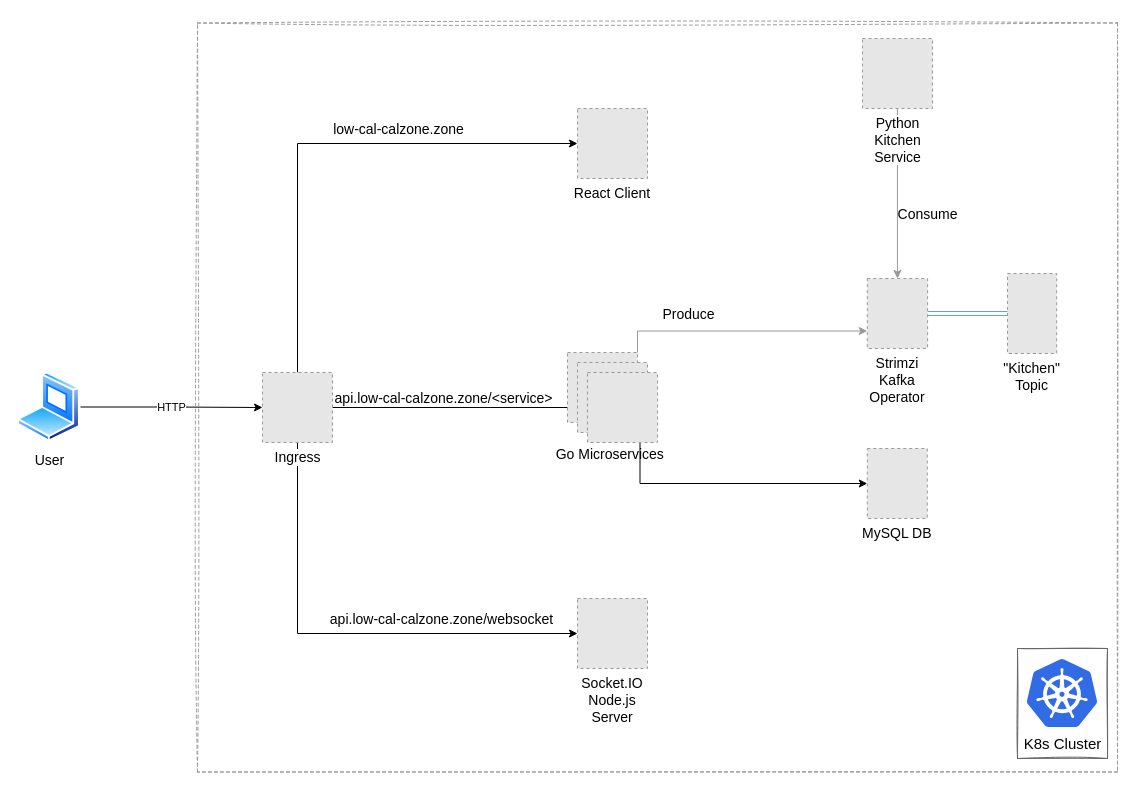
chiniczR/Low-Cal-Calzone-Zone keeps this draw.io diagram as LowCalCalzoneZone.drawio. Above is the earlier version. Source tidied: cells renumbered, new cells numbered last; positions are measured from the earlier drawing's top-left corner, leaving out a move shared by most shapes. Both pictures are drawn from the tidied source at 100%, with x=0, y=0 at pixel (17, 22). Pictures stored in the file or linked from it are replaced by grey dashed boxes.
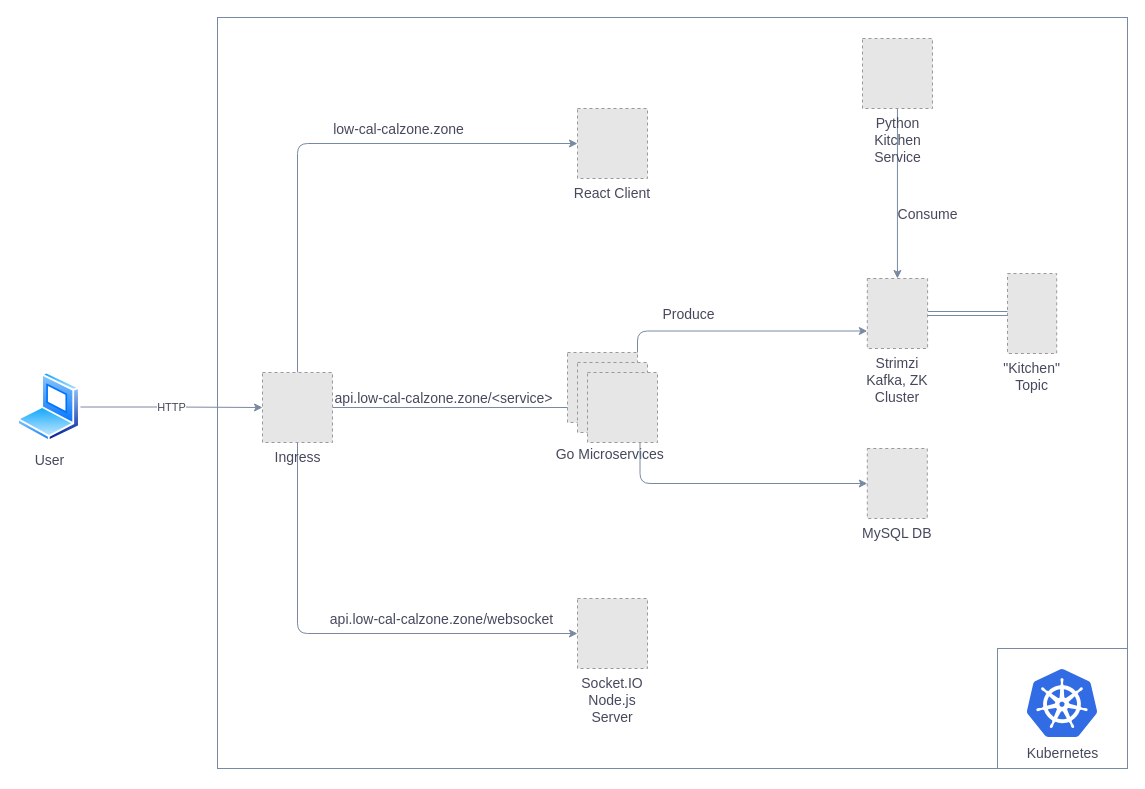
After the change.

Diff of the diagram source:
```diff
@@
+    <mxCell id="28" style="whiteSpace=wrap;html=1;sketch=0;strokeColor=#788AA3;fillColor=none;fontColor=#46495D;" parent="1" vertex="1">
+      <mxGeometry x="980" y="626" width="130" height="120" as="geometry" />
+    </mxCell>
+    <mxCell id="29" style="whiteSpace=wrap;html=1;sketch=0;strokeColor=#788AA3;fontColor=#46495D;glass=0;shadow=0;fillOpacity=100;fillColor=none;" parent="1" vertex="1">
+      <mxGeometry x="200" y="-5" width="910" height="751" as="geometry" />
+    </mxCell>
-    <mxCell id="2" value="React Client" style="fillColor=#E6E6E6;strokeColor=#999999;dashed=1;verticalLabelPosition=bottom;labelBackgroundColor=#ffffff;verticalAlign=top;fontSize=14;" parent="1" vertex="1">
+    <mxCell id="2" value="React Client" style="fillColor=#E6E6E6;strokeColor=#999999;dashed=1;verticalLabelPosition=bottom;verticalAlign=top;fontSize=14;fontColor=#46495D;" parent="1" vertex="1">
       <mxGeometry x="560" y="86" width="70" height="70" as="geometry" />
     </mxCell>
-    <mxCell id="3" value="HTTP" style="edgeStyle=orthogonalEdgeStyle;rounded=0;jettySize=auto;html=1;exitX=1;exitY=0.5;exitDx=0;exitDy=0;entryX=0;entryY=0.5;entryDx=0;entryDy=0;" parent="1" edge="1" source="4" target="11">
+    <mxCell id="3" value="HTTP" style="edgeStyle=orthogonalEdgeStyle;jettySize=auto;html=1;exitX=1;exitY=0.5;exitDx=0;exitDy=0;entryX=0;entryY=0.5;entryDx=0;entryDy=0;strokeColor=#788AA3;fontColor=#46495D;" parent="1" edge="1" source="4" target="11">
       <mxGeometry relative="1" as="geometry" />
     </mxCell>
-    <mxCell id="4" value="User" style="perimeter=ellipsePerimeter;html=1;align=center;shadow=0;dashed=0;spacingTop=3;image;image=img/lib/active_directory/laptop_client.svg;fontSize=14;" parent="1" vertex="1">
+    <mxCell id="4" value="User" style="perimeter=ellipsePerimeter;html=1;align=center;shadow=0;dashed=0;spacingTop=3;image;image=img/lib/active_directory/laptop_client.svg;fontSize=14;fillColor=#B2C9AB;strokeColor=#788AA3;fontColor=#46495D;" parent="1" vertex="1">
       <mxGeometry y="349.5" width="63" height="70" as="geometry" />
     </mxCell>
-    <mxCell id="5" style="edgeStyle=orthogonalEdgeStyle;rounded=0;jettySize=auto;html=1;exitX=1;exitY=0.5;exitDx=0;exitDy=0;entryX=0;entryY=0.5;entryDx=0;entryDy=0;fontSize=14;" parent="1" edge="1" source="11" target="18">
+    <mxCell id="5" style="edgeStyle=orthogonalEdgeStyle;jettySize=auto;html=1;exitX=1;exitY=0.5;exitDx=0;exitDy=0;entryX=0;entryY=0.5;entryDx=0;entryDy=0;fontSize=14;strokeColor=#788AA3;fontColor=#46495D;" parent="1" edge="1" source="11" target="18">
       <mxGeometry relative="1" as="geometry" />
     </mxCell>
-    <mxCell id="6" value="api.low-cal-calzone.zone/&amp;lt;service&amp;gt;" style="edgeLabel;html=1;align=center;verticalAlign=middle;fontSize=14;" parent="5" vertex="1">
+    <mxCell id="6" value="api.low-cal-calzone.zone/&amp;lt;service&amp;gt;" style="edgeLabel;html=1;align=center;verticalAlign=middle;fontSize=14;fontColor=#46495D;" parent="5" vertex="1">
       <mxGeometry x="-0.64" y="-4" relative="1" as="geometry">
         <mxPoint x="64.3" y="-14" as="offset" />
       </mxGeometry>
     </mxCell>
-    <mxCell id="7" style="edgeStyle=orthogonalEdgeStyle;rounded=0;jettySize=auto;html=1;exitX=0.5;exitY=0;exitDx=0;exitDy=0;entryX=0;entryY=0.5;entryDx=0;entryDy=0;fontSize=14;" parent="1" edge="1" source="11" target="2">
+    <mxCell id="7" style="edgeStyle=orthogonalEdgeStyle;jettySize=auto;html=1;exitX=0.5;exitY=0;exitDx=0;exitDy=0;entryX=0;entryY=0.5;entryDx=0;entryDy=0;fontSize=14;strokeColor=#788AA3;fontColor=#46495D;" parent="1" edge="1" source="11" target="2">
       <mxGeometry relative="1" as="geometry" />
     </mxCell>
-    <mxCell id="8" value="&lt;div&gt;low-cal-calzone.zone&lt;br&gt;&lt;/div&gt;&lt;div&gt;&lt;/div&gt;" style="edgeLabel;html=1;align=center;verticalAlign=middle;fontSize=14;" parent="7" vertex="1">
+    <mxCell id="8" value="&lt;div&gt;low-cal-calzone.zone&lt;br&gt;&lt;/div&gt;&lt;div&gt;&lt;/div&gt;" style="edgeLabel;html=1;align=center;verticalAlign=middle;fontSize=14;fontColor=#46495D;" parent="7" vertex="1">
       <mxGeometry x="0.19" y="-6" relative="1" as="geometry">
         <mxPoint x="26.1" y="-21" as="offset" />
       </mxGeometry>
     </mxCell>
-    <mxCell id="9" style="edgeStyle=orthogonalEdgeStyle;rounded=0;jettySize=auto;html=1;exitX=0.5;exitY=1;exitDx=0;exitDy=0;entryX=0;entryY=0.5;entryDx=0;entryDy=0;fontSize=14;" parent="1" edge="1" source="11" target="19">
+    <mxCell id="9" style="edgeStyle=orthogonalEdgeStyle;jettySize=auto;html=1;exitX=0.5;exitY=1;exitDx=0;exitDy=0;entryX=0;entryY=0.5;entryDx=0;entryDy=0;fontSize=14;strokeColor=#788AA3;fontColor=#46495D;" parent="1" edge="1" source="11" target="19">
       <mxGeometry relative="1" as="geometry" />
     </mxCell>
-    <mxCell id="10" value="api.low-cal-calzone.zone/websocket" style="edgeLabel;html=1;align=center;verticalAlign=middle;fontSize=14;" parent="9" vertex="1">
+    <mxCell id="10" value="api.low-cal-calzone.zone/websocket" style="edgeLabel;html=1;align=center;verticalAlign=middle;fontSize=14;fontColor=#46495D;" parent="9" vertex="1">
       <mxGeometry x="0.12" y="1" relative="1" as="geometry">
         <mxPoint x="70.3" y="-14" as="offset" />
       </mxGeometry>
     </mxCell>
-    <mxCell id="11" value="Ingress" style="fillColor=#E6E6E6;strokeColor=#999999;dashed=1;html=1;verticalAlign=top;verticalLabelPosition=bottom;labelBackgroundColor=#ffffff;fontSize=14;" parent="1" vertex="1">
+    <mxCell id="11" value="Ingress" style="fillColor=#E6E6E6;strokeColor=#999999;dashed=1;html=1;verticalAlign=top;verticalLabelPosition=bottom;fontSize=14;fontColor=#46495D;" parent="1" vertex="1">
       <mxGeometry x="245" y="350" width="70" height="70" as="geometry" />
     </mxCell>
-    <mxCell id="12" value="&lt;font style=&quot;font-size: 15px&quot;&gt;K8s Cluster&lt;br&gt;&lt;/font&gt;" style="html=1;align=center;image;fontSize=12;image=img/lib/mscae/Kubernetes.svg;fillColor=none;" parent="1" vertex="1">
-      <mxGeometry x="1010" y="636" width="70" height="70" as="geometry" />
+    <mxCell id="12" value="Kubernetes" style="html=1;align=center;image;fontSize=14;image=img/lib/mscae/Kubernetes.svg;fillColor=none;strokeColor=#788AA3;fontColor=#46495D;" parent="1" vertex="1">
+      <mxGeometry x="1010" y="646" width="70" height="70" as="geometry" />
     </mxCell>
-    <mxCell id="13" value="&#10;    Go Microservices" style="fillColor=#E6E6E6;strokeColor=#999999;dashed=1;verticalLabelPosition=bottom;verticalAlign=top;fontSize=14;" parent="1" vertex="1">
+    <mxCell id="13" value="&#10;    Go Microservices" style="fillColor=#E6E6E6;strokeColor=#999999;dashed=1;verticalLabelPosition=bottom;verticalAlign=top;fontSize=14;fontColor=#46495D;" parent="1" vertex="1">
       <mxGeometry x="550" y="330" width="70" height="70" as="geometry" />
     </mxCell>
-    <mxCell id="14" style="fillColor=#E6E6E6;strokeColor=#999999;dashed=1;verticalLabelPosition=bottom;verticalAlign=top;fontSize=14;" parent="1" vertex="1">
+    <mxCell id="14" style="fillColor=#E6E6E6;strokeColor=#999999;dashed=1;verticalLabelPosition=bottom;verticalAlign=top;fontSize=14;fontColor=#46495D;" parent="1" vertex="1">
       <mxGeometry x="560" y="340" width="70" height="70" as="geometry" />
     </mxCell>
-    <mxCell id="15" style="edgeStyle=orthogonalEdgeStyle;rounded=0;jettySize=auto;html=1;exitX=0.75;exitY=1;exitDx=0;exitDy=0;fontSize=14;entryX=0;entryY=0.5;entryDx=0;entryDy=0;" parent="1" edge="1" source="18" target="20">
+    <mxCell id="15" style="edgeStyle=orthogonalEdgeStyle;jettySize=auto;html=1;exitX=0.75;exitY=1;exitDx=0;exitDy=0;fontSize=14;entryX=0;entryY=0.5;entryDx=0;entryDy=0;strokeColor=#788AA3;fontColor=#46495D;" parent="1" edge="1" source="18" target="20">
       <mxGeometry relative="1" as="geometry" />
     </mxCell>
-    <mxCell id="16" style="edgeStyle=orthogonalEdgeStyle;rounded=0;jettySize=auto;html=1;exitX=1;exitY=0;exitDx=0;exitDy=0;entryX=0;entryY=0.75;entryDx=0;entryDy=0;strokeColor=#999999;fontSize=14;" parent="1" edge="1" source="13" target="23">
+    <mxCell id="16" style="edgeStyle=orthogonalEdgeStyle;jettySize=auto;html=1;exitX=1;exitY=0;exitDx=0;exitDy=0;entryX=0;entryY=0.75;entryDx=0;entryDy=0;fontSize=14;strokeColor=#788AA3;fontColor=#46495D;" parent="1" edge="1" source="13" target="23">
       <mxGeometry relative="1" as="geometry" />
     </mxCell>
-    <mxCell id="17" value="Produce" style="edgeLabel;html=1;align=center;verticalAlign=middle;fontSize=14;" parent="16" vertex="1">
+    <mxCell id="17" value="Produce" style="edgeLabel;html=1;align=center;verticalAlign=middle;fontSize=14;fontColor=#46495D;" parent="16" vertex="1">
       <mxGeometry x="0.34" y="-3" relative="1" as="geometry">
         <mxPoint x="-95.8" y="-20.5" as="offset" />
       </mxGeometry>
     </mxCell>
-    <mxCell id="18" style="fillColor=#E6E6E6;strokeColor=#999999;dashed=1;verticalLabelPosition=bottom;verticalAlign=top;fontSize=14;" parent="1" vertex="1">
+    <mxCell id="18" style="fillColor=#E6E6E6;strokeColor=#999999;dashed=1;verticalLabelPosition=bottom;verticalAlign=top;fontSize=14;fontColor=#46495D;" parent="1" vertex="1">
       <mxGeometry x="570" y="350" width="70" height="70" as="geometry" />
     </mxCell>
-    <mxCell id="19" value="Socket.IO &#10;Node.js&#10;Server" style="fillColor=#E6E6E6;strokeColor=#999999;dashed=1;verticalLabelPosition=bottom;verticalAlign=top;fontSize=14;" parent="1" vertex="1">
+    <mxCell id="19" value="Socket.IO &#10;Node.js&#10;Server" style="fillColor=#E6E6E6;strokeColor=#999999;dashed=1;verticalLabelPosition=bottom;verticalAlign=top;fontSize=14;fontColor=#46495D;" parent="1" vertex="1">
       <mxGeometry x="560" y="576" width="70" height="70" as="geometry" />
     </mxCell>
-    <mxCell id="20" value="MySQL DB" style="fillColor=#E6E6E6;strokeColor=#999999;dashed=1;verticalLabelPosition=bottom;labelBackgroundColor=#ffffff;verticalAlign=top;fontSize=14;" parent="1" vertex="1">
+    <mxCell id="20" value="MySQL DB" style="fillColor=#E6E6E6;strokeColor=#999999;dashed=1;verticalLabelPosition=bottom;verticalAlign=top;fontSize=14;fontColor=#46495D;" parent="1" vertex="1">
       <mxGeometry x="849.8" y="426" width="60" height="70" as="geometry" />
     </mxCell>
-    <mxCell id="21" value="&quot;Kitchen&quot;&#10;Topic&#10;" style="fillColor=#E6E6E6;strokeColor=#999999;dashed=1;verticalLabelPosition=bottom;verticalAlign=top;fontSize=14;" parent="1" vertex="1">
+    <mxCell id="21" value="&quot;Kitchen&quot;&#10;Topic&#10;" style="fillColor=#E6E6E6;strokeColor=#999999;dashed=1;verticalLabelPosition=bottom;verticalAlign=top;fontSize=14;fontColor=#46495D;" parent="1" vertex="1">
       <mxGeometry x="990" y="251" width="49.2" height="80" as="geometry" />
     </mxCell>
-    <mxCell id="22" style="edgeStyle=orthogonalEdgeStyle;rounded=0;jettySize=auto;html=1;entryX=0;entryY=0.5;entryDx=0;entryDy=0;strokeColor=#67AB9F;fontSize=14;shape=link;" parent="1" edge="1" source="23" target="21">
+    <mxCell id="22" style="edgeStyle=orthogonalEdgeStyle;jettySize=auto;html=1;entryX=0;entryY=0.5;entryDx=0;entryDy=0;fontSize=14;shape=link;strokeColor=#788AA3;fontColor=#46495D;" parent="1" edge="1" source="23" target="21">
       <mxGeometry relative="1" as="geometry" />
     </mxCell>
-    <mxCell id="23" value="Strimzi&#10;Kafka&#10;Operator" style="fillColor=#E6E6E6;strokeColor=#999999;dashed=1;verticalLabelPosition=bottom;verticalAlign=top;fontSize=14;" parent="1" vertex="1">
+    <mxCell id="23" value="Strimzi&#10;Kafka, ZK&#10;Cluster" style="fillColor=#E6E6E6;strokeColor=#999999;dashed=1;verticalLabelPosition=bottom;verticalAlign=top;fontSize=14;fontColor=#46495D;" parent="1" vertex="1">
       <mxGeometry x="849.8" y="256" width="60.3" height="70" as="geometry" />
     </mxCell>
-    <mxCell id="24" value="Consume" style="edgeStyle=orthogonalEdgeStyle;rounded=0;jettySize=auto;html=1;entryX=0.5;entryY=0;entryDx=0;entryDy=0;strokeColor=#999999;fontSize=14;" parent="1" edge="1" source="25" target="23">
+    <mxCell id="24" value="Consume" style="edgeStyle=orthogonalEdgeStyle;jettySize=auto;html=1;entryX=0.5;entryY=0;entryDx=0;entryDy=0;fontSize=14;strokeColor=#788AA3;fontColor=#46495D;" parent="1" edge="1" source="25" target="23">
       <mxGeometry x="0.25" y="30" relative="1" as="geometry" />
     </mxCell>
-    <mxCell id="25" value="&lt;div&gt;Python&lt;/div&gt;&lt;div&gt;Kitchen&lt;/div&gt;&lt;div&gt;Service&lt;/div&gt;" style="fillColor=#E6E6E6;strokeColor=#999999;dashed=1;html=1;verticalAlign=top;verticalLabelPosition=bottom;labelBackgroundColor=#ffffff;fontSize=14;" parent="1" vertex="1">
+    <mxCell id="25" value="&lt;div&gt;Python&lt;/div&gt;&lt;div&gt;Kitchen&lt;/div&gt;&lt;div&gt;Service&lt;/div&gt;" style="fillColor=#E6E6E6;strokeColor=#999999;dashed=1;html=1;verticalAlign=top;verticalLabelPosition=bottom;fontSize=14;fontColor=#46495D;" parent="1" vertex="1">
       <mxGeometry x="845" y="16" width="70" height="70" as="geometry" />
     </mxCell>
-    <mxCell id="26" style="whiteSpace=wrap;html=1;sketch=1;fillColor=none;fontSize=14;strokeColor=#666666;" parent="1" vertex="1">
-      <mxGeometry x="1000" y="626" width="90" height="110" as="geometry" />
-    </mxCell>
-    <mxCell id="27" style="whiteSpace=wrap;html=1;sketch=1;fillColor=none;fontSize=14;dashed=1;strokeColor=#999999;" parent="1" vertex="1">
-      <mxGeometry x="180" y="0.5" width="920" height="749" as="geometry" />
-    </mxCell>
```
